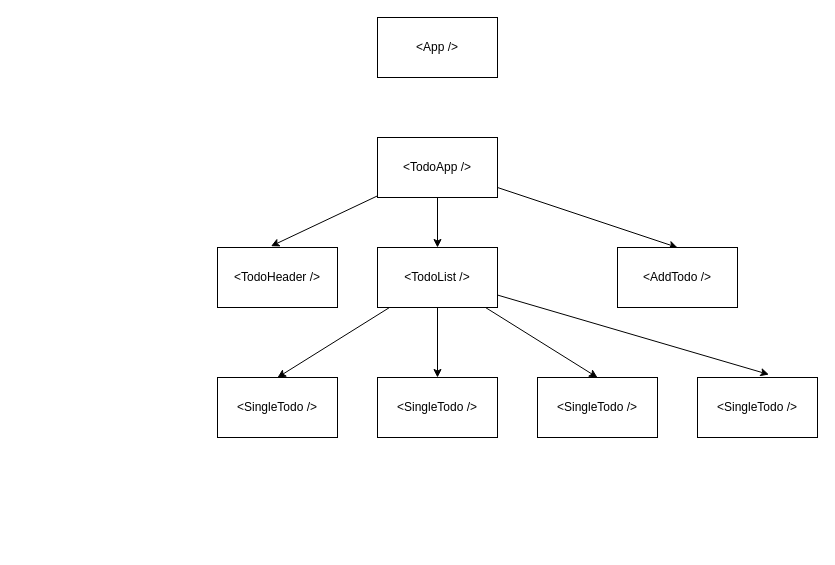
This is diagram.drawio from Stasysj/type8-react-06-props-forms-todo, a draw.io file, before an edit. Source tidied: cells renumbered, new cells numbered last; positions are measured from the earlier drawing's top-left corner, leaving out a move shared by most shapes. Both pictures are drawn from the tidied source at 100%, with x=0, y=0 at pixel (217, 17).
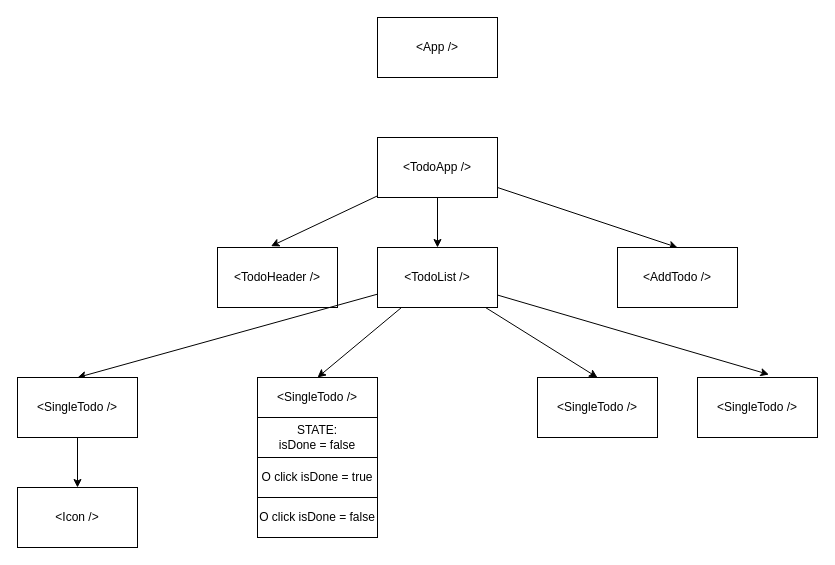
Above is the later version.

The edit, as a diff of the source:
```diff
@@
+    <mxCell id="18" style="edgeStyle=none;html=1;entryX=0.5;entryY=0;entryDx=0;entryDy=0;" parent="1" edge="1" source="14" target="19">
+      <mxGeometry relative="1" as="geometry" />
+    </mxCell>
     <mxCell id="14" value="&amp;lt;SingleTodo /&amp;gt;" style="rounded=0;whiteSpace=wrap;html=1;" parent="1" vertex="1">
-      <mxGeometry y="360" width="120" height="60" as="geometry" />
+      <mxGeometry x="-200" y="360" width="120" height="60" as="geometry" />
     </mxCell>
     <mxCell id="15" value="&amp;lt;SingleTodo /&amp;gt;" style="rounded=0;whiteSpace=wrap;html=1;" parent="1" vertex="1">
-      <mxGeometry x="160" y="360" width="120" height="60" as="geometry" />
+      <mxGeometry x="40" y="360" width="120" height="40" as="geometry" />
     </mxCell>
@@
+    <mxCell id="19" value="&amp;lt;Icon /&amp;gt;" style="rounded=0;whiteSpace=wrap;html=1;" parent="1" vertex="1">
+      <mxGeometry x="-200" y="470" width="120" height="60" as="geometry" />
+    </mxCell>
+    <mxCell id="20" value="STATE: &lt;br&gt;isDone = false" style="rounded=0;whiteSpace=wrap;html=1;" parent="1" vertex="1">
+      <mxGeometry x="40" y="400" width="120" height="40" as="geometry" />
+    </mxCell>
+    <mxCell id="21" value="O click isDone = true" style="rounded=0;whiteSpace=wrap;html=1;" parent="1" vertex="1">
+      <mxGeometry x="40" y="440" width="120" height="40" as="geometry" />
+    </mxCell>
+    <mxCell id="22" value="O click isDone = false" style="rounded=0;whiteSpace=wrap;html=1;" parent="1" vertex="1">
+      <mxGeometry x="40" y="480" width="120" height="40" as="geometry" />
+    </mxCell>
```
